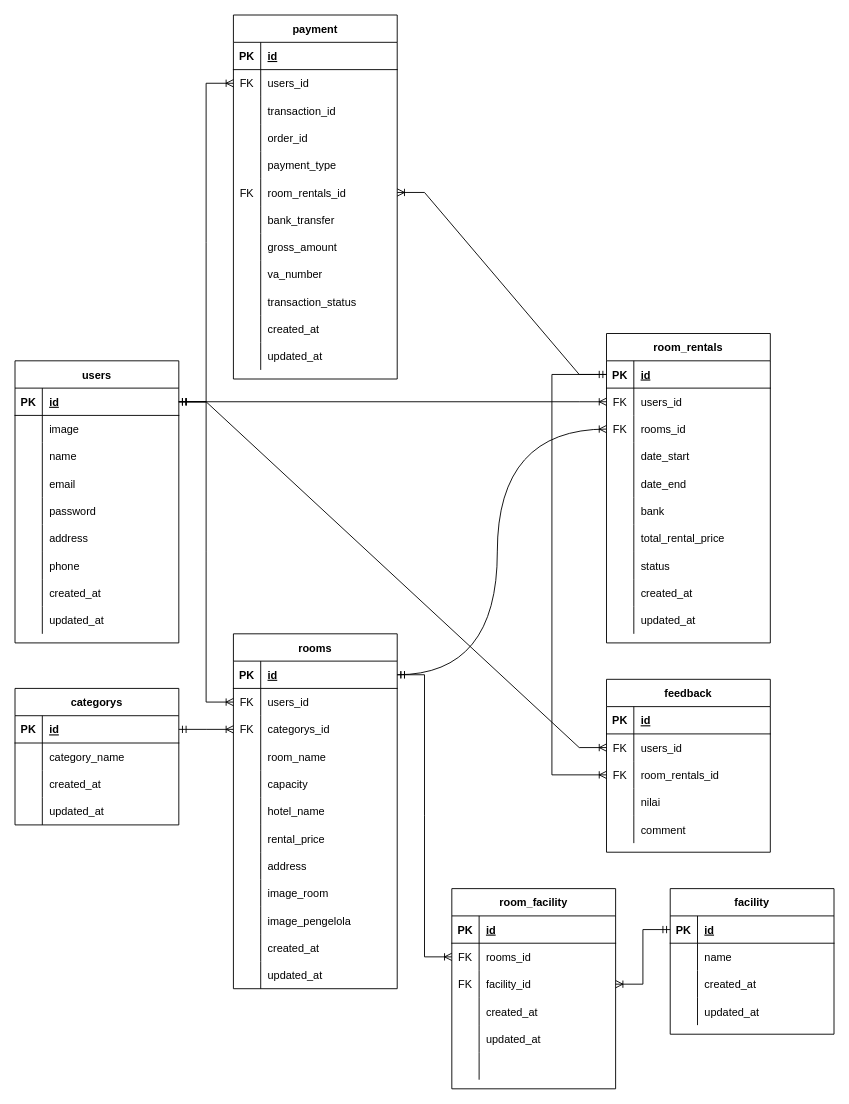
Before: erd/ERD-MNroom.drawio in Capstone-MNRoom/Capstone-MNRoom-BE, a draw.io diagram. Source tidied: cells renumbered, new cells numbered last; positions are measured from the earlier drawing's top-left corner, leaving out a move shared by most shapes. Both pictures are drawn from the tidied source at 91%, with x=0, y=0 at pixel (15, 15).
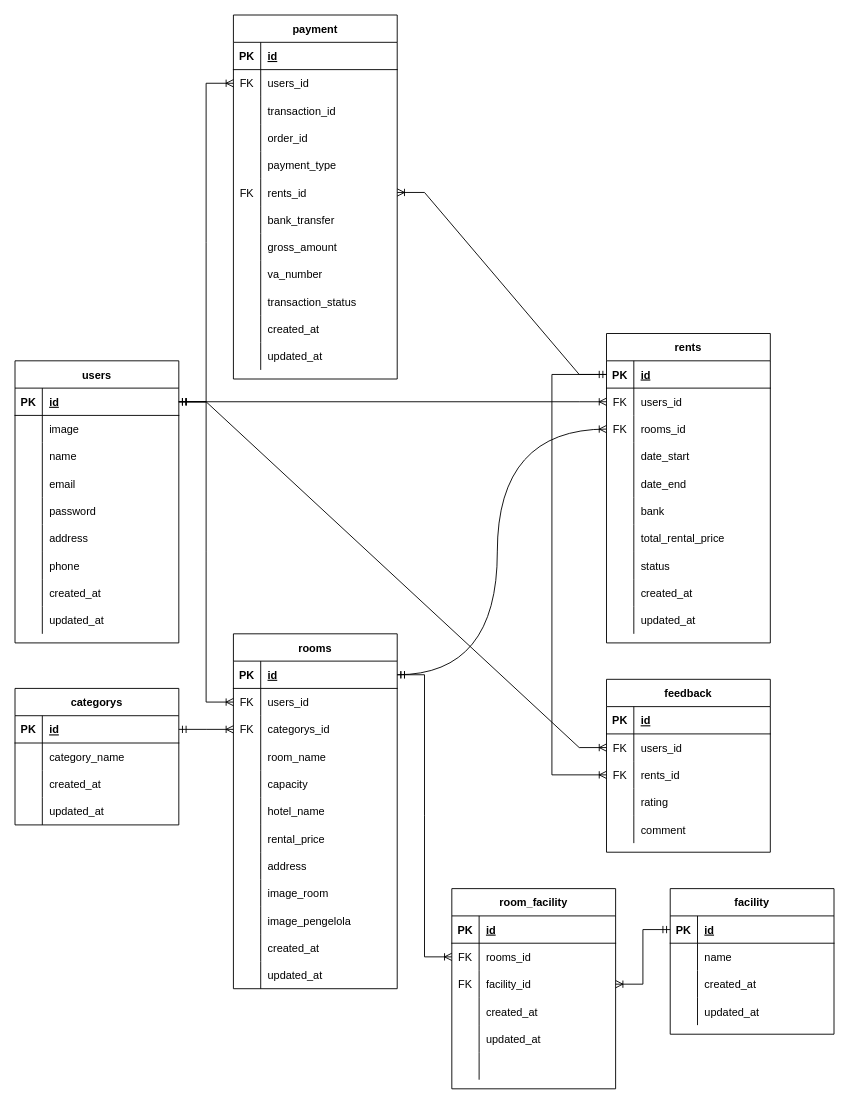
Above is the later version.

The change refers to these unchanged cells:
```xml
<mxCell id="127" style="shape=tableRow;horizontal=0;startSize=0;swimlaneHead=0;swimlaneBody=0;fillColor=none;points=[[0,0.5],[1,0.5]];portConstraint=eastwest;top=0;left=0;right=0;bottom=0;" parent="111" vertex="1">
  <mxGeometry y="180" width="180" height="30" as="geometry" />
</mxCell>
<mxCell id="168" style="shape=tableRow;horizontal=0;startSize=0;swimlaneHead=0;swimlaneBody=0;fillColor=none;points=[[0,0.5],[1,0.5]];portConstraint=eastwest;top=0;left=0;right=0;bottom=0;" parent="161" vertex="1">
  <mxGeometry y="90" width="180" height="30" as="geometry" />
</mxCell>
<mxCell id="171" style="shape=tableRow;horizontal=0;startSize=0;swimlaneHead=0;swimlaneBody=0;fillColor=none;top=0;left=0;right=0;bottom=0;" parent="161" vertex="1">
  <mxGeometry y="120" width="180" height="30" as="geometry" />
</mxCell>
```

The edit, as a diff of the source:
```diff
@@
-    <mxCell id="80" value="room_rentals" style="shape=table;startSize=30;childLayout=tableLayout;rowLines=0;fontStyle=1;align=center;" parent="1" vertex="1">
+    <mxCell id="80" value="rents" style="shape=table;startSize=30;childLayout=tableLayout;rowLines=0;fontStyle=1;align=center;" parent="1" vertex="1">
       <mxGeometry x="650" y="350" width="180" height="340" as="geometry" />
     </mxCell>
@@
-    <mxCell id="129" value="room_rentals_id" style="shape=partialRectangle;fillColor=none;top=0;left=0;bottom=0;right=0;align=left;spacingLeft=6;overflow=hidden;" parent="127" vertex="1">
+    <mxCell id="129" value="rents_id" style="shape=partialRectangle;fillColor=none;top=0;left=0;bottom=0;right=0;align=left;spacingLeft=6;overflow=hidden;" parent="127" vertex="1">
       <mxGeometry x="30" width="150" height="30" as="geometry" />
     </mxCell>
@@
-    <mxCell id="170" value="room_rentals_id" style="shape=partialRectangle;fillColor=none;top=0;left=0;bottom=0;right=0;align=left;spacingLeft=6;overflow=hidden;" parent="168" vertex="1">
+    <mxCell id="170" value="rents_id" style="shape=partialRectangle;fillColor=none;top=0;left=0;bottom=0;right=0;align=left;spacingLeft=6;overflow=hidden;" parent="168" vertex="1">
       <mxGeometry x="30" width="150" height="30" as="geometry" />
     </mxCell>
@@
-    <mxCell id="173" value="nilai" style="shape=partialRectangle;fillColor=none;top=0;left=0;bottom=0;right=0;align=left;spacingLeft=6;overflow=hidden;" parent="171" vertex="1">
+    <mxCell id="173" value="rating" style="shape=partialRectangle;fillColor=none;top=0;left=0;bottom=0;right=0;align=left;spacingLeft=6;overflow=hidden;" parent="171" vertex="1">
       <mxGeometry x="30" width="150" height="30" as="geometry" />
     </mxCell>
```
